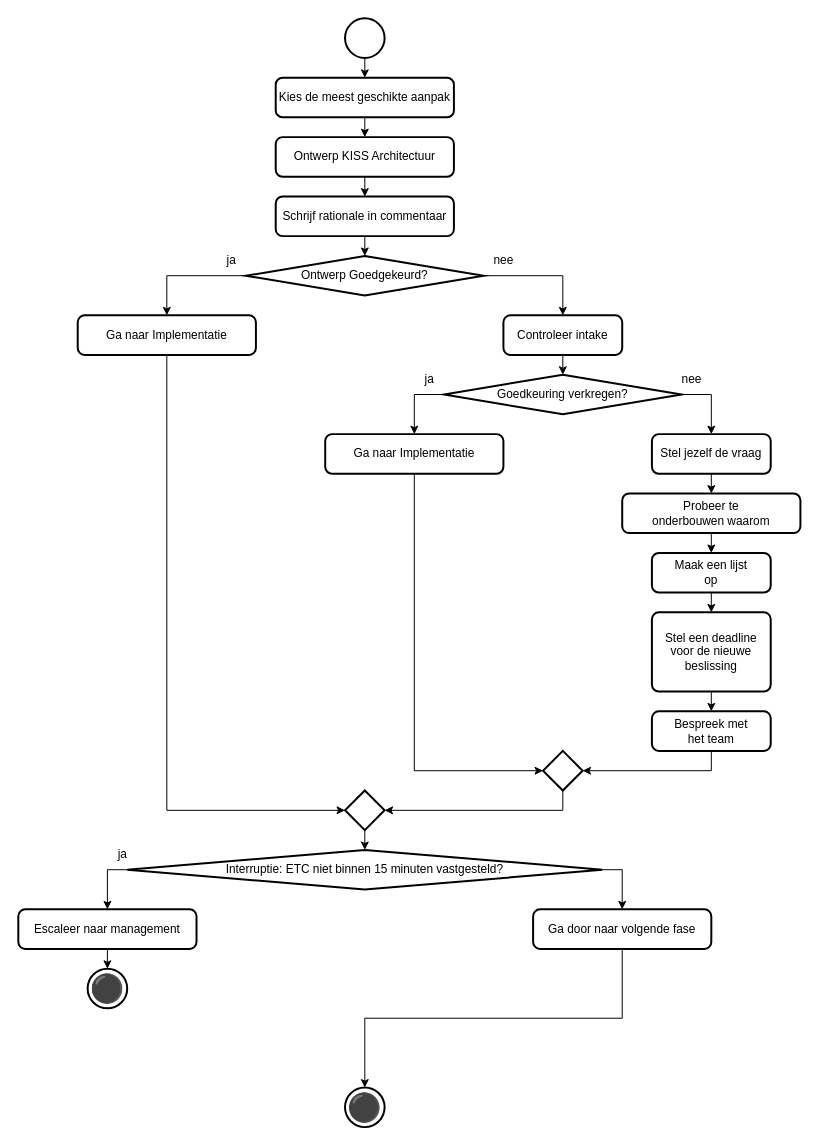
This is 3 Issue Tracker ontwerp.drawio from Zaibatsu89/IssueTracker, a draw.io file, before an edit. Source tidied: cells renumbered, new cells numbered last; positions are measured from the earlier drawing's top-left corner, leaving out a move shared by most shapes. Both pictures are drawn from the tidied source at 99%, with x=0, y=0 at pixel (18, 18).
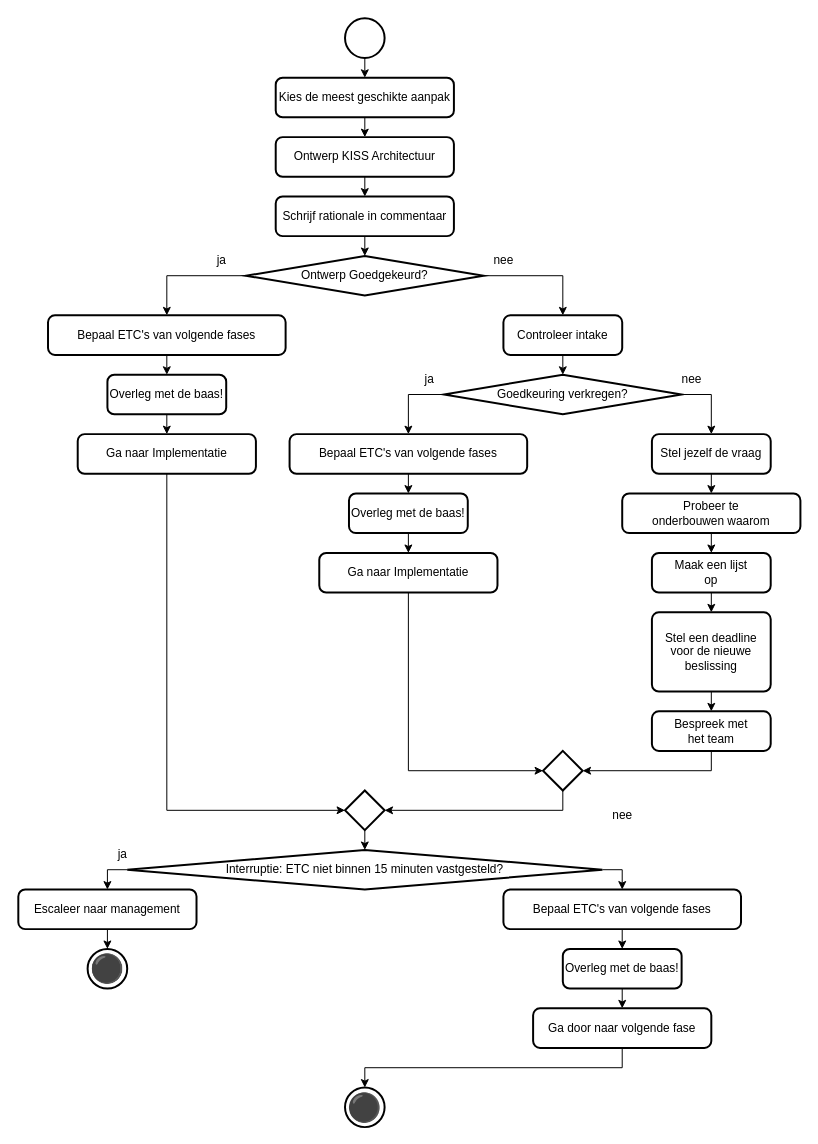
Above is the later version.

Unchanged cells that the change refers to:
```xml
<mxCell id="11" value="Ontwerp Goedgekeurd?" style="strokeWidth=2;html=1;shape=mxgraph.flowchart.decision;whiteSpace=wrap;" parent="1" vertex="1">
  <mxGeometry x="230" y="240" width="240" height="40" as="geometry" />
</mxCell>
<mxCell id="19" value="Goedkeuring verkregen?" style="strokeWidth=2;html=1;shape=mxgraph.flowchart.decision;whiteSpace=wrap;" parent="1" vertex="1">
  <mxGeometry x="430" y="360" width="240" height="40" as="geometry" />
</mxCell>
<mxCell id="41" value="Interruptie: ETC niet binnen 15 minuten vastgesteld?" style="strokeWidth=2;html=1;shape=mxgraph.flowchart.decision;whiteSpace=wrap;" parent="1" vertex="1">
  <mxGeometry x="110" y="840" width="480" height="40" as="geometry" />
</mxCell>
```

The edit, as a diff of the source:
```diff
@@
-    <mxCell id="9" style="edgeStyle=orthogonalEdgeStyle;rounded=0;jettySize=auto;html=1;exitX=0;exitY=0.5;exitDx=0;exitDy=0;exitPerimeter=0;entryX=0.5;entryY=0;entryDx=0;entryDy=0;" parent="1" edge="1" source="11" target="13">
-      <mxGeometry relative="1" as="geometry" />
-    </mxCell>
@@
+    <mxCell id="50" style="edgeStyle=orthogonalEdgeStyle;rounded=0;jettySize=auto;html=1;exitX=0;exitY=0.5;exitDx=0;exitDy=0;exitPerimeter=0;" parent="1" edge="1" source="11" target="58">
+      <mxGeometry relative="1" as="geometry" />
+    </mxCell>
@@
     <mxCell id="13" value="Ga naar Implementatie" style="rounded=1;whiteSpace=wrap;html=1;absoluteArcSize=1;arcSize=14;strokeWidth=2;" parent="1" vertex="1">
-      <mxGeometry x="60" y="300" width="180" height="40" as="geometry" />
+      <mxGeometry x="60" y="420" width="180" height="40" as="geometry" />
     </mxCell>
     <mxCell id="14" value="ja" style="text;html=1;align=center;verticalAlign=middle;strokeColor=none;fillColor=none;" parent="1" vertex="1">
-      <mxGeometry x="200" y="230" width="30" height="30" as="geometry" />
+      <mxGeometry x="190" y="230" width="30" height="30" as="geometry" />
     </mxCell>
@@
-    <mxCell id="17" style="edgeStyle=orthogonalEdgeStyle;rounded=0;jettySize=auto;html=1;exitX=0;exitY=0.5;exitDx=0;exitDy=0;exitPerimeter=0;entryX=0.5;entryY=0;entryDx=0;entryDy=0;" parent="1" edge="1" source="19" target="21">
-      <mxGeometry relative="1" as="geometry" />
-    </mxCell>
@@
+    <mxCell id="51" style="edgeStyle=orthogonalEdgeStyle;rounded=0;jettySize=auto;html=1;exitX=0;exitY=0.5;exitDx=0;exitDy=0;exitPerimeter=0;entryX=0.5;entryY=0;entryDx=0;entryDy=0;" parent="1" edge="1" source="19" target="54">
+      <mxGeometry relative="1" as="geometry" />
+    </mxCell>
@@
     <mxCell id="21" value="Ga naar Implementatie" style="rounded=1;whiteSpace=wrap;html=1;absoluteArcSize=1;arcSize=14;strokeWidth=2;" parent="1" vertex="1">
-      <mxGeometry x="310" y="420" width="180" height="40" as="geometry" />
+      <mxGeometry x="304" y="540" width="180" height="40" as="geometry" />
     </mxCell>
@@
-    <mxCell id="40" style="edgeStyle=orthogonalEdgeStyle;rounded=0;jettySize=auto;html=1;exitX=1;exitY=0.5;exitDx=0;exitDy=0;exitPerimeter=0;entryX=0.5;entryY=0;entryDx=0;entryDy=0;" parent="1" edge="1" source="41" target="47">
-      <mxGeometry relative="1" as="geometry" />
-    </mxCell>
+    <mxCell id="52" style="edgeStyle=orthogonalEdgeStyle;rounded=0;jettySize=auto;html=1;exitX=1;exitY=0.5;exitDx=0;exitDy=0;exitPerimeter=0;entryX=0.5;entryY=0;entryDx=0;entryDy=0;" parent="1" edge="1" source="41" target="63">
+      <mxGeometry relative="1" as="geometry" />
+    </mxCell>
@@
     <mxCell id="43" value="Escaleer naar management" style="rounded=1;whiteSpace=wrap;html=1;absoluteArcSize=1;arcSize=14;strokeWidth=2;" parent="1" vertex="1">
-      <mxGeometry y="900" width="180" height="40" as="geometry" />
+      <mxGeometry y="880" width="180" height="40" as="geometry" />
     </mxCell>
@@
     <mxCell id="45" value="&lt;span&gt;⚫&lt;/span&gt;" style="strokeWidth=2;html=1;shape=mxgraph.flowchart.start_2;whiteSpace=wrap;fontSize=28;" parent="1" vertex="1">
-      <mxGeometry x="70" y="960" width="40" height="40" as="geometry" />
+      <mxGeometry x="70" y="940" width="40" height="40" as="geometry" />
     </mxCell>
@@
     <mxCell id="47" value="Ga door naar volgende fase" style="rounded=1;whiteSpace=wrap;html=1;absoluteArcSize=1;arcSize=14;strokeWidth=2;" parent="1" vertex="1">
-      <mxGeometry x="520" y="900" width="180" height="40" as="geometry" />
+      <mxGeometry x="520" y="1000" width="180" height="40" as="geometry" />
     </mxCell>
@@
+    <mxCell id="53" style="edgeStyle=orthogonalEdgeStyle;rounded=0;jettySize=auto;html=1;exitX=0.5;exitY=1;exitDx=0;exitDy=0;entryX=0.5;entryY=0;entryDx=0;entryDy=0;" parent="1" edge="1" source="54" target="56">
+      <mxGeometry relative="1" as="geometry" />
+    </mxCell>
+    <mxCell id="54" value="Bepaal ETC's van volgende fases" style="rounded=1;whiteSpace=wrap;html=1;absoluteArcSize=1;arcSize=14;strokeWidth=2;" parent="1" vertex="1">
+      <mxGeometry x="274" y="420" width="240" height="40" as="geometry" />
+    </mxCell>
+    <mxCell id="55" style="edgeStyle=orthogonalEdgeStyle;rounded=0;jettySize=auto;html=1;exitX=0.5;exitY=1;exitDx=0;exitDy=0;entryX=0.5;entryY=0;entryDx=0;entryDy=0;" parent="1" edge="1" source="56" target="21">
+      <mxGeometry relative="1" as="geometry" />
+    </mxCell>
+    <mxCell id="56" value="Overleg met de baas!" style="rounded=1;whiteSpace=wrap;html=1;absoluteArcSize=1;arcSize=14;strokeWidth=2;" parent="1" vertex="1">
+      <mxGeometry x="334" y="480" width="120" height="40" as="geometry" />
+    </mxCell>
+    <mxCell id="57" style="edgeStyle=orthogonalEdgeStyle;rounded=0;jettySize=auto;html=1;exitX=0.5;exitY=1;exitDx=0;exitDy=0;entryX=0.5;entryY=0;entryDx=0;entryDy=0;" parent="1" edge="1" source="58" target="60">
+      <mxGeometry relative="1" as="geometry" />
+    </mxCell>
+    <mxCell id="58" value="Bepaal ETC's van volgende fases" style="rounded=1;whiteSpace=wrap;html=1;absoluteArcSize=1;arcSize=14;strokeWidth=2;" parent="1" vertex="1">
+      <mxGeometry x="30" y="300" width="240" height="40" as="geometry" />
+    </mxCell>
+    <mxCell id="59" style="edgeStyle=orthogonalEdgeStyle;rounded=0;jettySize=auto;html=1;exitX=0.5;exitY=1;exitDx=0;exitDy=0;entryX=0.5;entryY=0;entryDx=0;entryDy=0;" parent="1" edge="1" source="60" target="13">
+      <mxGeometry relative="1" as="geometry" />
+    </mxCell>
+    <mxCell id="60" value="Overleg met de baas!" style="rounded=1;whiteSpace=wrap;html=1;absoluteArcSize=1;arcSize=14;strokeWidth=2;" parent="1" vertex="1">
+      <mxGeometry x="90" y="360" width="120" height="40" as="geometry" />
+    </mxCell>
+    <mxCell id="61" value="nee" style="text;html=1;align=center;verticalAlign=middle;strokeColor=none;fillColor=none;" parent="1" vertex="1">
+      <mxGeometry x="590" y="790" width="40" height="30" as="geometry" />
+    </mxCell>
+    <mxCell id="62" style="edgeStyle=orthogonalEdgeStyle;rounded=0;jettySize=auto;html=1;exitX=0.5;exitY=1;exitDx=0;exitDy=0;entryX=0.5;entryY=0;entryDx=0;entryDy=0;" parent="1" edge="1" source="63" target="65">
+      <mxGeometry relative="1" as="geometry" />
+    </mxCell>
+    <mxCell id="63" value="Bepaal ETC's van volgende fases" style="rounded=1;whiteSpace=wrap;html=1;absoluteArcSize=1;arcSize=14;strokeWidth=2;" parent="1" vertex="1">
+      <mxGeometry x="490" y="880" width="240" height="40" as="geometry" />
+    </mxCell>
+    <mxCell id="64" style="edgeStyle=orthogonalEdgeStyle;rounded=0;jettySize=auto;html=1;exitX=0.5;exitY=1;exitDx=0;exitDy=0;entryX=0.5;entryY=0;entryDx=0;entryDy=0;" parent="1" edge="1" source="65" target="47">
+      <mxGeometry relative="1" as="geometry" />
+    </mxCell>
+    <mxCell id="65" value="Overleg met de baas!" style="rounded=1;whiteSpace=wrap;html=1;absoluteArcSize=1;arcSize=14;strokeWidth=2;" parent="1" vertex="1">
+      <mxGeometry x="550" y="940" width="120" height="40" as="geometry" />
+    </mxCell>
```
